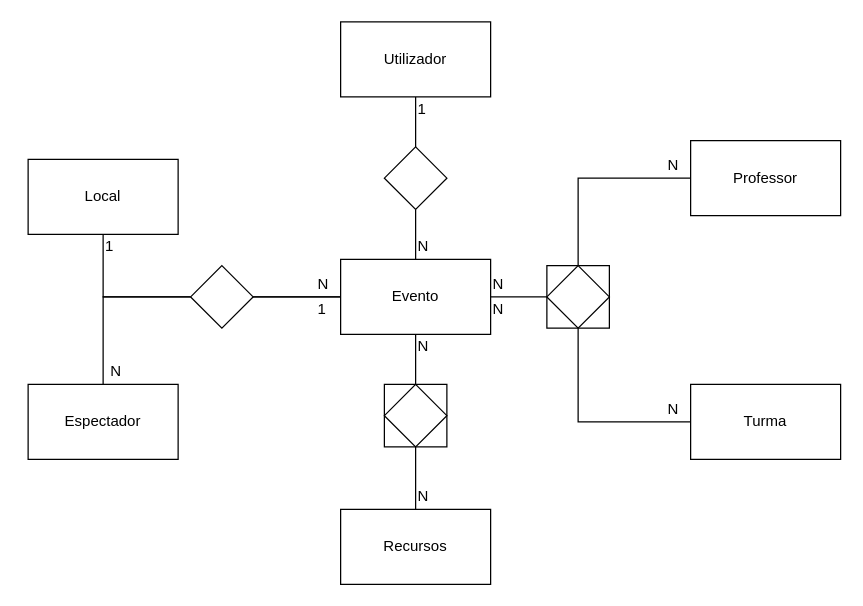
Above: page "Page-1" (1 of 2) of Documentos/Modelo ER.drawio in AlexJeron/PAP (draw.io), before the change. Source tidied: cells renumbered, new cells numbered last; positions are measured from the earlier drawing's top-left corner, leaving out a move shared by most shapes. Both pictures are drawn from the tidied source at 125%, with x=0, y=0 at pixel (28, 21).
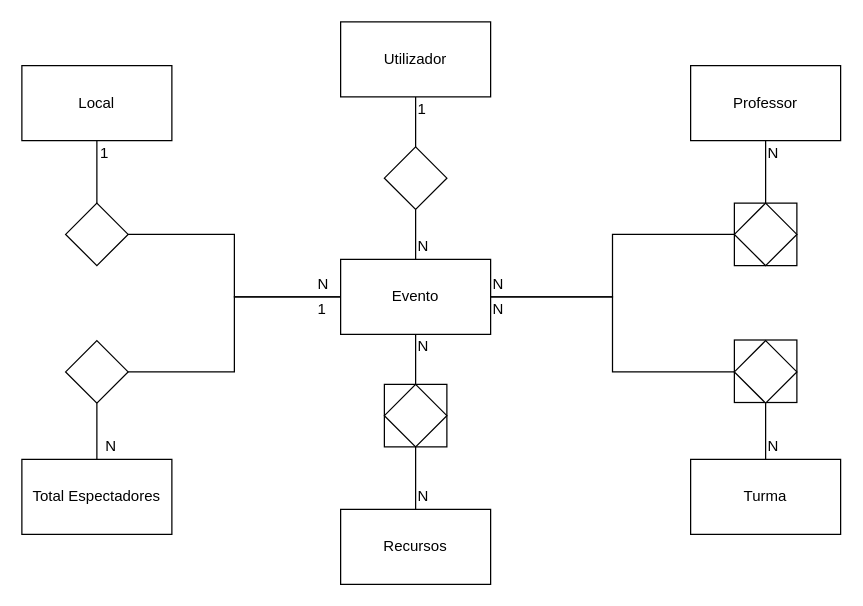
Above is the later version.

Unchanged cells that the change refers to:
```xml
<mxCell id="8" value="Evento" style="rounded=0;whiteSpace=wrap;html=1;" parent="1" vertex="1">
  <mxGeometry x="250" y="190" width="120" height="60" as="geometry" />
</mxCell>
```

The edit, as a diff of the source:
```diff
@@
-    <mxCell id="2" style="whiteSpace=wrap;html=1;" parent="1" vertex="1">
-      <mxGeometry x="415" y="195" width="50" height="50" as="geometry" />
-    </mxCell>
+    <mxCell id="39" style="whiteSpace=wrap;html=1;" parent="1" vertex="1">
+      <mxGeometry x="565" y="145" width="50" height="50" as="geometry" />
+    </mxCell>
+    <mxCell id="40" style="whiteSpace=wrap;html=1;" parent="1" vertex="1">
+      <mxGeometry x="565" y="254.5" width="50" height="50" as="geometry" />
+    </mxCell>
+    <mxCell id="41" style="whiteSpace=wrap;html=1;fillColor=none;strokeColor=none;" parent="1" vertex="1">
+      <mxGeometry x="564.5" y="254.5" width="50" height="50" as="geometry" />
+    </mxCell>
@@
-    <mxCell id="4" style="edgeStyle=orthogonalEdgeStyle;rounded=0;jettySize=auto;html=1;endArrow=none;endFill=0;" parent="1" edge="1" source="8" target="19">
-      <mxGeometry relative="1" as="geometry" />
-    </mxCell>
@@
-    <mxCell id="6" style="edgeStyle=orthogonalEdgeStyle;rounded=0;jettySize=auto;html=1;endArrow=none;endFill=0;" parent="1" edge="1" source="8" target="27">
-      <mxGeometry relative="1" as="geometry" />
-    </mxCell>
-    <mxCell id="7" style="edgeStyle=orthogonalEdgeStyle;rounded=0;jettySize=auto;html=1;endArrow=none;endFill=0;" parent="1" edge="1" source="8" target="27">
-      <mxGeometry relative="1" as="geometry" />
-    </mxCell>
+    <mxCell id="42" style="edgeStyle=orthogonalEdgeStyle;rounded=0;jettySize=auto;html=1;exitX=0;exitY=0.5;exitDx=0;exitDy=0;entryX=1;entryY=0.5;entryDx=0;entryDy=0;endArrow=none;endFill=0;" parent="1" edge="1" source="8" target="27">
+      <mxGeometry relative="1" as="geometry" />
+    </mxCell>
+    <mxCell id="43" style="edgeStyle=orthogonalEdgeStyle;rounded=0;jettySize=auto;html=1;exitX=1;exitY=0.5;exitDx=0;exitDy=0;entryX=0;entryY=0.5;entryDx=0;entryDy=0;endArrow=none;endFill=0;" parent="1" edge="1" source="8" target="51">
+      <mxGeometry relative="1" as="geometry" />
+    </mxCell>
+    <mxCell id="44" style="edgeStyle=orthogonalEdgeStyle;rounded=0;jettySize=auto;html=1;exitX=1;exitY=0.5;exitDx=0;exitDy=0;entryX=0;entryY=0.5;entryDx=0;entryDy=0;endArrow=none;endFill=0;" parent="1" edge="1" source="8" target="52">
+      <mxGeometry relative="1" as="geometry" />
+    </mxCell>
@@
-    <mxCell id="11" style="edgeStyle=orthogonalEdgeStyle;rounded=0;jettySize=auto;html=1;endArrow=none;endFill=0;" parent="1" edge="1" source="12" target="19">
-      <mxGeometry relative="1" as="geometry" />
-    </mxCell>
+    <mxCell id="45" style="edgeStyle=orthogonalEdgeStyle;rounded=0;jettySize=auto;html=1;endArrow=none;endFill=0;" parent="1" edge="1" source="12" target="51">
+      <mxGeometry relative="1" as="geometry" />
+    </mxCell>
     <mxCell id="12" value="Professor" style="rounded=0;whiteSpace=wrap;html=1;" parent="1" vertex="1">
-      <mxGeometry x="530" y="95" width="120" height="60" as="geometry" />
+      <mxGeometry x="530" y="35" width="120" height="60" as="geometry" />
     </mxCell>
@@
-    <mxCell id="19" style="rhombus;whiteSpace=wrap;html=1;" parent="1" vertex="1">
-      <mxGeometry x="415" y="195" width="50" height="50" as="geometry" />
-    </mxCell>
@@
     <mxCell id="21" value="N" style="text;html=1;align=left;verticalAlign=top;spacingTop=-4;" parent="1" vertex="1">
-      <mxGeometry x="510" y="105" width="20" height="20" as="geometry" />
+      <mxGeometry x="590" y="95" width="20" height="20" as="geometry" />
     </mxCell>
@@
-    <mxCell id="25" style="edgeStyle=orthogonalEdgeStyle;rounded=0;jettySize=auto;html=1;endArrow=none;endFill=0;" parent="1" edge="1" source="34" target="29">
-      <mxGeometry relative="1" as="geometry" />
-    </mxCell>
-    <mxCell id="26" style="edgeStyle=orthogonalEdgeStyle;rounded=0;jettySize=auto;html=1;exitX=0;exitY=0.5;exitDx=0;exitDy=0;entryX=0.5;entryY=0;entryDx=0;entryDy=0;endArrow=none;endFill=0;" parent="1" edge="1" source="27" target="37">
-      <mxGeometry relative="1" as="geometry" />
-    </mxCell>
     <mxCell id="27" style="rhombus;whiteSpace=wrap;html=1;" parent="1" vertex="1">
-      <mxGeometry x="130" y="195" width="50" height="50" as="geometry" />
+      <mxGeometry x="30" y="255" width="50" height="50" as="geometry" />
     </mxCell>
-    <mxCell id="28" style="edgeStyle=orthogonalEdgeStyle;rounded=0;jettySize=auto;html=1;exitX=0.5;exitY=1;exitDx=0;exitDy=0;entryX=0;entryY=0.5;entryDx=0;entryDy=0;endArrow=none;endFill=0;" parent="1" edge="1" source="29" target="27">
-      <mxGeometry relative="1" as="geometry" />
-    </mxCell>
+    <mxCell id="46" style="edgeStyle=orthogonalEdgeStyle;rounded=0;jettySize=auto;html=1;exitX=0.5;exitY=1;exitDx=0;exitDy=0;entryX=0.5;entryY=0;entryDx=0;entryDy=0;endArrow=none;endFill=0;" parent="1" edge="1" source="29" target="50">
+      <mxGeometry relative="1" as="geometry" />
+    </mxCell>
     <mxCell id="29" value="Local" style="rounded=0;whiteSpace=wrap;html=1;" parent="1" vertex="1">
-      <mxGeometry y="110" width="120" height="60" as="geometry" />
+      <mxGeometry x="-5" y="35" width="120" height="60" as="geometry" />
     </mxCell>
@@
-    <mxCell id="31" style="edgeStyle=orthogonalEdgeStyle;rounded=0;jettySize=auto;html=1;exitX=0;exitY=0.5;exitDx=0;exitDy=0;entryX=0.5;entryY=1;entryDx=0;entryDy=0;strokeWidth=1;endArrow=none;endFill=0;" parent="1" edge="1" source="32" target="2">
-      <mxGeometry relative="1" as="geometry" />
-    </mxCell>
+    <mxCell id="47" style="edgeStyle=orthogonalEdgeStyle;rounded=0;jettySize=auto;html=1;exitX=0.5;exitY=0;exitDx=0;exitDy=0;entryX=0.5;entryY=1;entryDx=0;entryDy=0;endArrow=none;endFill=0;" parent="1" edge="1" source="32" target="52">
+      <mxGeometry relative="1" as="geometry" />
+    </mxCell>
     <mxCell id="32" value="Turma" style="rounded=0;whiteSpace=wrap;html=1;" parent="1" vertex="1">
-      <mxGeometry x="530" y="290" width="120" height="60" as="geometry" />
+      <mxGeometry x="530" y="350" width="120" height="60" as="geometry" />
     </mxCell>
     <mxCell id="33" value="N" style="text;html=1;align=left;verticalAlign=top;spacingTop=-4;" parent="1" vertex="1">
-      <mxGeometry x="510" y="300" width="20" height="20" as="geometry" />
+      <mxGeometry x="590" y="330" width="20" height="20" as="geometry" />
     </mxCell>
     <mxCell id="34" value="1" style="text;html=1;points=[];align=left;verticalAlign=top;spacingTop=-4;" parent="1" vertex="1">
-      <mxGeometry x="60" y="170" width="20" height="20" as="geometry" />
+      <mxGeometry x="56" y="95" width="20" height="20" as="geometry" />
     </mxCell>
@@
+    <mxCell id="48" style="edgeStyle=orthogonalEdgeStyle;rounded=0;jettySize=auto;html=1;endArrow=none;endFill=0;" parent="1" edge="1" source="37" target="27">
+      <mxGeometry relative="1" as="geometry" />
+    </mxCell>
-    <mxCell id="37" value="Espectador" style="rounded=0;whiteSpace=wrap;html=1;" parent="1" vertex="1">
-      <mxGeometry y="290" width="120" height="60" as="geometry" />
+    <mxCell id="37" value="Total Espectadores" style="rounded=0;whiteSpace=wrap;html=1;" parent="1" vertex="1">
+      <mxGeometry x="-5" y="350" width="120" height="60" as="geometry" />
     </mxCell>
     <mxCell id="38" value="N" style="text;html=1;align=center;verticalAlign=middle;" parent="1" vertex="1">
-      <mxGeometry x="60" y="270" width="20" height="20" as="geometry" />
+      <mxGeometry x="56" y="330" width="20" height="20" as="geometry" />
     </mxCell>
+    <mxCell id="49" style="edgeStyle=orthogonalEdgeStyle;rounded=0;jettySize=auto;html=1;exitX=1;exitY=0.5;exitDx=0;exitDy=0;entryX=0;entryY=0.5;entryDx=0;entryDy=0;endArrow=none;endFill=0;" parent="1" edge="1" source="50" target="8">
+      <mxGeometry relative="1" as="geometry" />
+    </mxCell>
+    <mxCell id="50" style="rhombus;whiteSpace=wrap;html=1;" parent="1" vertex="1">
+      <mxGeometry x="30" y="145" width="50" height="50" as="geometry" />
+    </mxCell>
+    <mxCell id="51" style="rhombus;whiteSpace=wrap;html=1;" parent="1" vertex="1">
+      <mxGeometry x="565" y="145" width="50" height="50" as="geometry" />
+    </mxCell>
+    <mxCell id="52" style="rhombus;whiteSpace=wrap;html=1;" parent="1" vertex="1">
+      <mxGeometry x="565" y="255" width="50" height="50" as="geometry" />
+    </mxCell>
```
